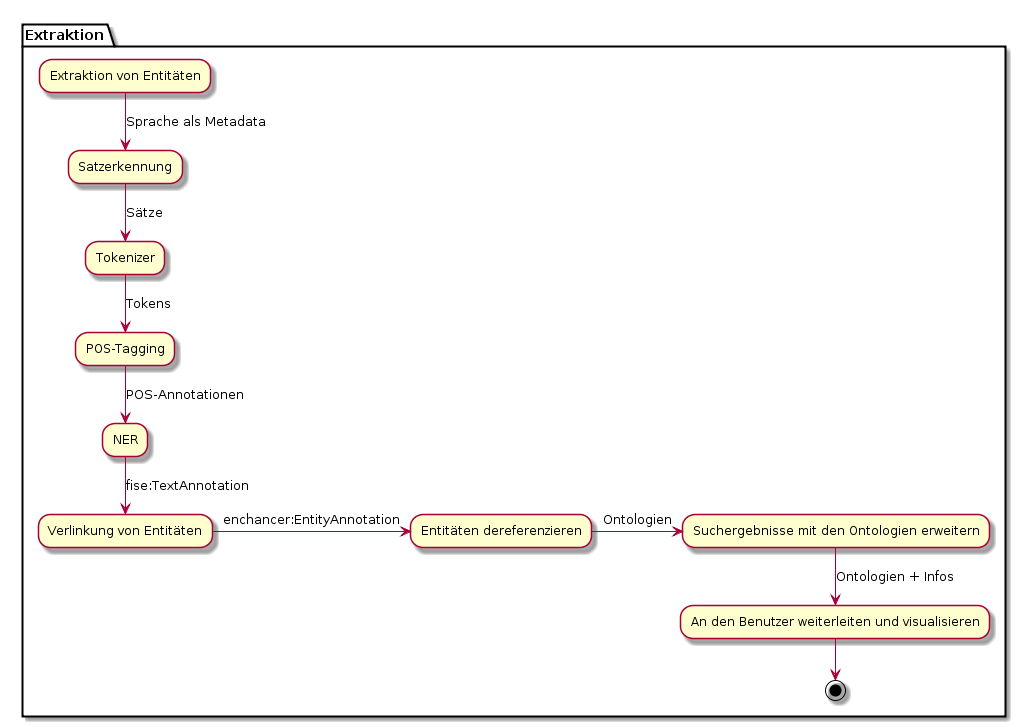
This is vorstellung/diagramms/funktionsweise-extraktion.png from tastatur/masterarbeit, a PlantUML export, as it was before one commit.
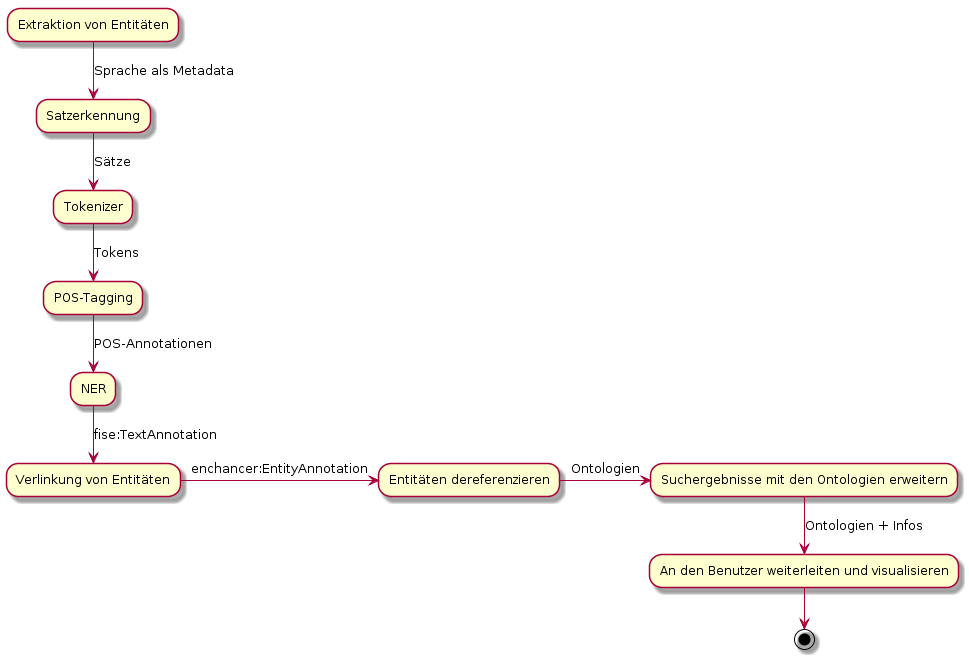
Later version of the same file.

Change to the diagram source:
```diff
@@ -1,6 +1,5 @@
 @startuml
 
-partition Extraktion {
 "Extraktion von Entitäten" -->[Sprache als Metadata] "Satzerkennung"
 "Satzerkennung" -->[Sätze] "Tokenizer"
 "Tokenizer" -->[Tokens] "POS-Tagging"
@@ -10,5 +9,4 @@
 --right>[Ontologien] "Suchergebnisse mit den Ontologien erweitern"
 -->[Ontologien + Infos] "An den Benutzer weiterleiten und visualisieren"
 --> (*)
-}
 @enduml
```
